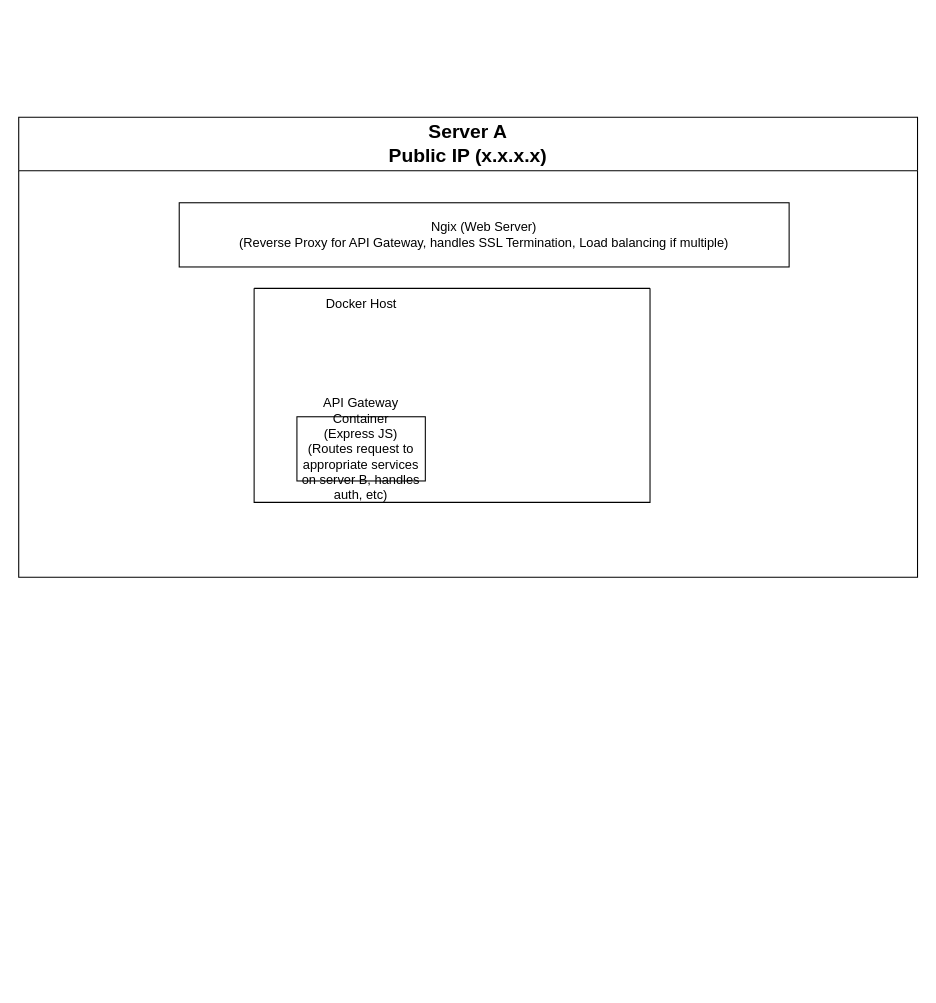
Earlier version of the draw.io diagram Arsitektur server.drawio (firdausbanjar/drawio). Source tidied: cells renumbered, new cells numbered last; positions are measured from the earlier drawing's top-left corner, leaving out a move shared by most shapes. Both pictures are drawn from the tidied source at 107%, with x=0, y=0 at pixel (18, 117).
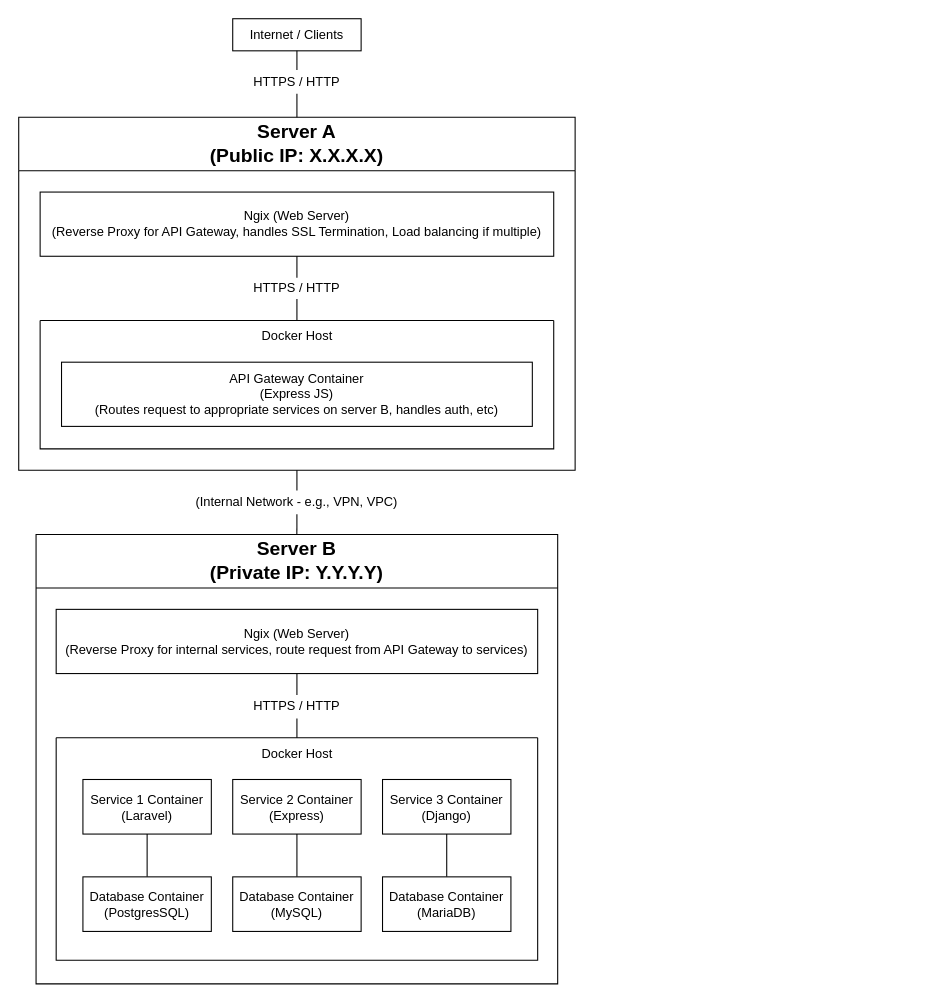
After the change.

The edit, as a diff of the source:
```diff
@@
-    <mxCell id="2" value="&lt;h2&gt;Server A&lt;br&gt;Public IP (x.x.x.x)&lt;/h2&gt;" style="swimlane;whiteSpace=wrap;html=1;startSize=50;" parent="1" vertex="1">
-      <mxGeometry width="840" height="430" as="geometry" />
+    <mxCell id="2" value="&lt;h2&gt;Server A&lt;br&gt;(Public IP: X.X.X.X)&lt;/h2&gt;" style="swimlane;whiteSpace=wrap;html=1;startSize=50;" parent="1" vertex="1">
+      <mxGeometry width="520" height="330" as="geometry" />
     </mxCell>
     <mxCell id="3" value="Ngix (Web Server)&lt;div&gt;(Reverse Proxy for API Gateway, handles SSL Termination, Load balancing if multiple)&lt;/div&gt;" style="rounded=0;whiteSpace=wrap;html=1;" parent="2" vertex="1">
-      <mxGeometry x="150" y="80" width="570" height="60" as="geometry" />
+      <mxGeometry x="20" y="70" width="480" height="60" as="geometry" />
     </mxCell>
     <mxCell id="4" style="swimlane;startSize=0;" parent="2" vertex="1">
-      <mxGeometry x="220" y="160" width="370" height="200" as="geometry" />
+      <mxGeometry x="20" y="190" width="480" height="120" as="geometry" />
     </mxCell>
     <mxCell id="5" value="API Gateway Container&lt;div&gt;(Express JS)&lt;/div&gt;&lt;div&gt;(Routes request to appropriate services on server B, handles auth, etc)&lt;/div&gt;" style="rounded=0;whiteSpace=wrap;html=1;" parent="4" vertex="1">
-      <mxGeometry x="40" y="120" width="120" height="60" as="geometry" />
+      <mxGeometry x="20" y="39" width="440" height="60" as="geometry" />
     </mxCell>
     <mxCell id="6" value="Docker Host" style="text;html=1;align=center;verticalAlign=middle;strokeColor=none;fillColor=none;" parent="4" vertex="1">
-      <mxGeometry x="55" width="90" height="30" as="geometry" />
+      <mxGeometry x="195" width="90" height="30" as="geometry" />
     </mxCell>
+    <mxCell id="7" value="HTTPS / HTTP" style="text;html=1;align=center;verticalAlign=middle;whiteSpace=wrap;rounded=0;" parent="2" vertex="1">
+      <mxGeometry x="215" y="150" width="90" height="20" as="geometry" />
+    </mxCell>
+    <mxCell id="8" style="endArrow=none;html=1;rounded=0;entryX=0.5;entryY=1;entryDx=0;entryDy=0;" parent="2" edge="1" source="7" target="3">
+      <mxGeometry relative="1" as="geometry" />
+    </mxCell>
+    <mxCell id="9" style="endArrow=none;html=1;rounded=0;exitX=0.5;exitY=1;exitDx=0;exitDy=0;entryX=0.5;entryY=0;entryDx=0;entryDy=0;" parent="2" edge="1" source="7" target="4">
+      <mxGeometry relative="1" as="geometry" />
+    </mxCell>
+    <mxCell id="10" value="Internet / Clients" style="rounded=0;whiteSpace=wrap;html=1;" parent="1" vertex="1">
+      <mxGeometry x="200" y="-92" width="120" height="30" as="geometry" />
+    </mxCell>
+    <mxCell id="11" value="HTTPS / HTTP" style="text;html=1;align=center;verticalAlign=middle;whiteSpace=wrap;rounded=0;" parent="1" vertex="1">
+      <mxGeometry x="215" y="-44" width="90" height="22" as="geometry" />
+    </mxCell>
+    <mxCell id="12" style="endArrow=none;html=1;rounded=0;entryX=0.5;entryY=1;entryDx=0;entryDy=0;" parent="1" edge="1" source="11" target="10">
+      <mxGeometry relative="1" as="geometry" />
+    </mxCell>
+    <mxCell id="13" style="endArrow=none;html=1;rounded=0;exitX=0.5;exitY=1;exitDx=0;exitDy=0;" parent="1" edge="1" source="11" target="2">
+      <mxGeometry relative="1" as="geometry" />
+    </mxCell>
+    <mxCell id="14" value="&lt;h2&gt;Server B&lt;br&gt;(Private IP: Y.Y.Y.Y)&lt;/h2&gt;" style="swimlane;whiteSpace=wrap;html=1;startSize=50;" parent="1" vertex="1">
+      <mxGeometry x="16.2" y="390" width="487.5" height="420" as="geometry" />
+    </mxCell>
+    <mxCell id="15" value="Ngix (Web Server)&lt;div&gt;(Reverse Proxy for internal services, route request from API Gateway to services)&lt;/div&gt;" style="rounded=0;whiteSpace=wrap;html=1;" parent="14" vertex="1">
+      <mxGeometry x="18.8" y="70" width="450" height="60" as="geometry" />
+    </mxCell>
+    <mxCell id="16" style="swimlane;startSize=0;" parent="14" vertex="1">
+      <mxGeometry x="18.8" y="190" width="450" height="208" as="geometry" />
+    </mxCell>
+    <mxCell id="17" value="Service 1 Container&lt;div&gt;(Laravel)&lt;/div&gt;" style="rounded=0;whiteSpace=wrap;html=1;" parent="16" vertex="1">
+      <mxGeometry x="25" y="39" width="120" height="51" as="geometry" />
+    </mxCell>
+    <mxCell id="18" value="Docker Host" style="text;html=1;align=center;verticalAlign=middle;strokeColor=none;fillColor=none;" parent="16" vertex="1">
+      <mxGeometry x="180" width="90" height="30" as="geometry" />
+    </mxCell>
+    <mxCell id="19" value="Service 2 Container&lt;div&gt;(Express)&lt;/div&gt;" style="rounded=0;whiteSpace=wrap;html=1;" parent="16" vertex="1">
+      <mxGeometry x="165" y="39" width="120" height="51" as="geometry" />
+    </mxCell>
+    <mxCell id="20" value="Service 3 Container&lt;div&gt;(Django)&lt;/div&gt;" style="rounded=0;whiteSpace=wrap;html=1;" parent="16" vertex="1">
+      <mxGeometry x="305" y="39" width="120" height="51" as="geometry" />
+    </mxCell>
+    <mxCell id="21" style="endArrow=none;html=1;rounded=0;exitX=0.5;exitY=1;exitDx=0;exitDy=0;entryX=0.5;entryY=0;entryDx=0;entryDy=0;" parent="16" edge="1" source="17" target="24">
+      <mxGeometry relative="1" as="geometry" />
+    </mxCell>
+    <mxCell id="22" style="endArrow=none;html=1;rounded=0;exitX=0.5;exitY=1;exitDx=0;exitDy=0;entryX=0.5;entryY=0;entryDx=0;entryDy=0;" parent="16" edge="1" source="19" target="25">
+      <mxGeometry relative="1" as="geometry" />
+    </mxCell>
+    <mxCell id="23" style="endArrow=none;html=1;rounded=0;exitX=0.5;exitY=1;exitDx=0;exitDy=0;entryX=0.5;entryY=0;entryDx=0;entryDy=0;" parent="16" edge="1" source="20" target="26">
+      <mxGeometry relative="1" as="geometry" />
+    </mxCell>
+    <mxCell id="24" value="Database Container&lt;div&gt;(PostgresSQL)&lt;/div&gt;" style="rounded=0;whiteSpace=wrap;html=1;" parent="16" vertex="1">
+      <mxGeometry x="25" y="130" width="120" height="51" as="geometry" />
+    </mxCell>
+    <mxCell id="25" value="Database Container&lt;div&gt;(MySQL)&lt;/div&gt;" style="rounded=0;whiteSpace=wrap;html=1;" parent="16" vertex="1">
+      <mxGeometry x="165" y="130" width="120" height="51" as="geometry" />
+    </mxCell>
+    <mxCell id="26" value="Database Container&lt;div&gt;(MariaDB)&lt;/div&gt;" style="rounded=0;whiteSpace=wrap;html=1;" parent="16" vertex="1">
+      <mxGeometry x="305" y="130" width="120" height="51" as="geometry" />
+    </mxCell>
+    <mxCell id="27" value="HTTPS / HTTP" style="text;html=1;align=center;verticalAlign=middle;whiteSpace=wrap;rounded=0;" parent="14" vertex="1">
+      <mxGeometry x="198.8" y="150" width="90" height="22" as="geometry" />
+    </mxCell>
+    <mxCell id="28" style="endArrow=none;html=1;rounded=0;entryX=0.5;entryY=1;entryDx=0;entryDy=0;" parent="14" edge="1" source="27" target="15">
+      <mxGeometry relative="1" as="geometry" />
+    </mxCell>
+    <mxCell id="29" style="endArrow=none;html=1;rounded=0;exitX=0.5;exitY=1;exitDx=0;exitDy=0;entryX=0.5;entryY=0;entryDx=0;entryDy=0;" parent="14" edge="1" source="27" target="16">
+      <mxGeometry relative="1" as="geometry" />
+    </mxCell>
+    <mxCell id="30" value="(Internal Network - e.g., VPN, VPC)" style="text;html=1;align=center;verticalAlign=middle;whiteSpace=wrap;rounded=0;" parent="1" vertex="1">
+      <mxGeometry x="160" y="349" width="200" height="22" as="geometry" />
+    </mxCell>
+    <mxCell id="31" style="endArrow=none;html=1;rounded=0;entryX=0.5;entryY=1;entryDx=0;entryDy=0;" parent="1" edge="1" source="30" target="2">
+      <mxGeometry relative="1" as="geometry" />
+    </mxCell>
+    <mxCell id="32" style="endArrow=none;html=1;rounded=0;exitX=0.5;exitY=1;exitDx=0;exitDy=0;entryX=0.5;entryY=0;entryDx=0;entryDy=0;" parent="1" edge="1" source="30" target="14">
+      <mxGeometry relative="1" as="geometry" />
+    </mxCell>
```
